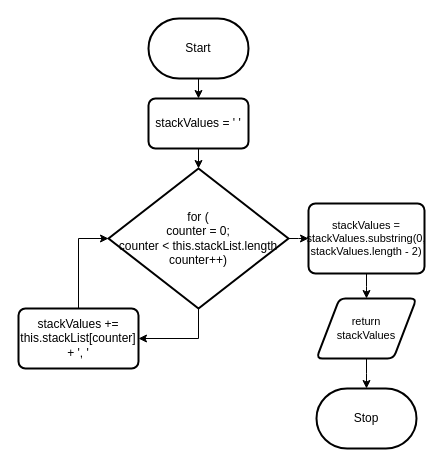
Earlier version of the draw.io diagram 1/design/flowchart2.drawio (Dominic-Madeira/ICS4U-Unit-2). Source tidied: cells renumbered, new cells numbered last; positions are measured from the earlier drawing's top-left corner, leaving out a move shared by most shapes. Both pictures are drawn from the tidied source at 100%, with x=0, y=0 at pixel (18, 18).
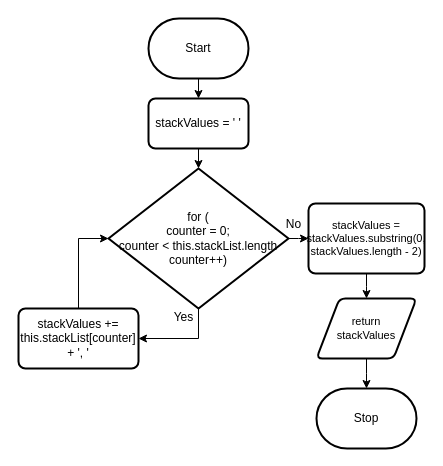
The same page after the edit.

Diff of the diagram source:
```diff
@@
+    <mxCell id="16" value="Yes" style="text;html=1;align=center;verticalAlign=middle;strokeColor=none;fillColor=none;" parent="1" vertex="1">
+      <mxGeometry x="145" y="284" width="40" height="30" as="geometry" />
+    </mxCell>
+    <mxCell id="17" value="No" style="text;html=1;align=center;verticalAlign=middle;strokeColor=none;fillColor=none;" parent="1" vertex="1">
+      <mxGeometry x="255" y="191" width="40" height="30" as="geometry" />
+    </mxCell>
```
